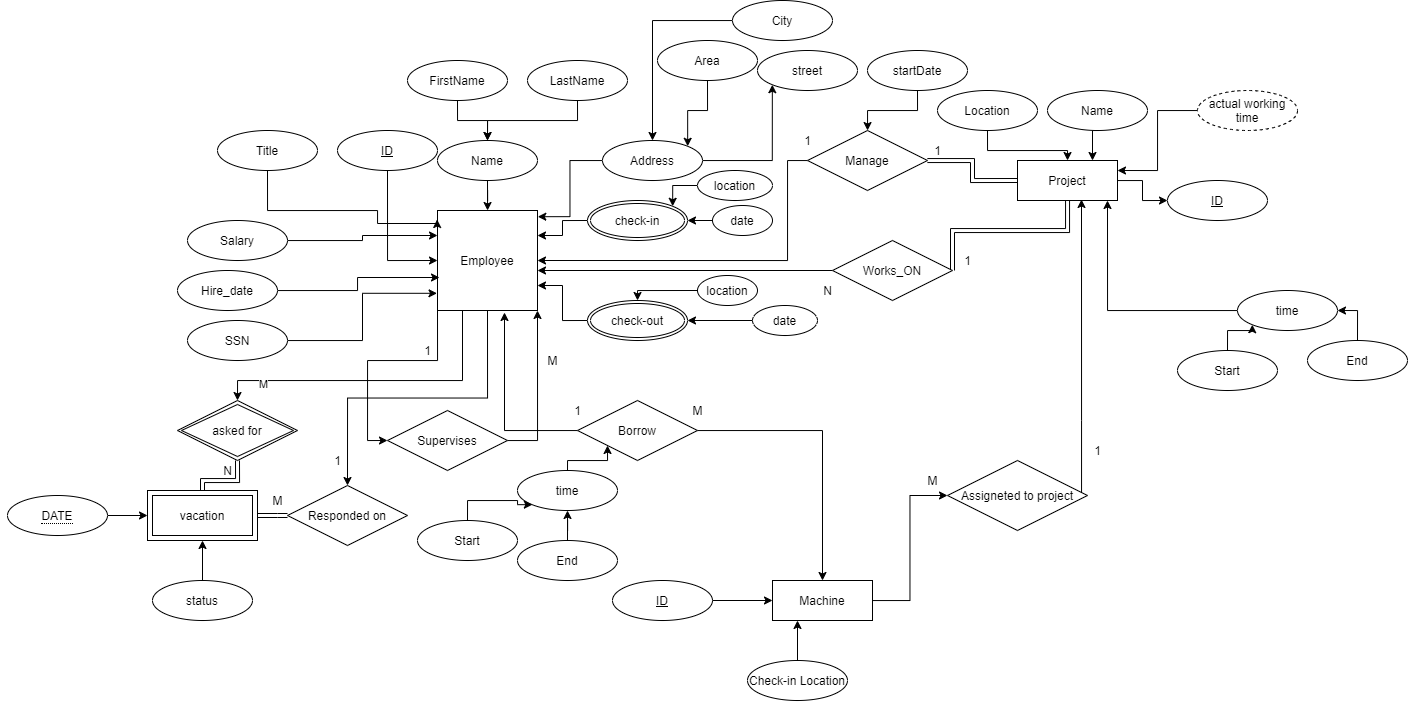
The draw.io diagram ERD.png in aymanred121/IGEC-Logging-App-Project, before a commit. Source tidied: cells renumbered, new cells last; positions are measured from the earlier drawing's top-left corner, leaving out a move shared by most shapes.
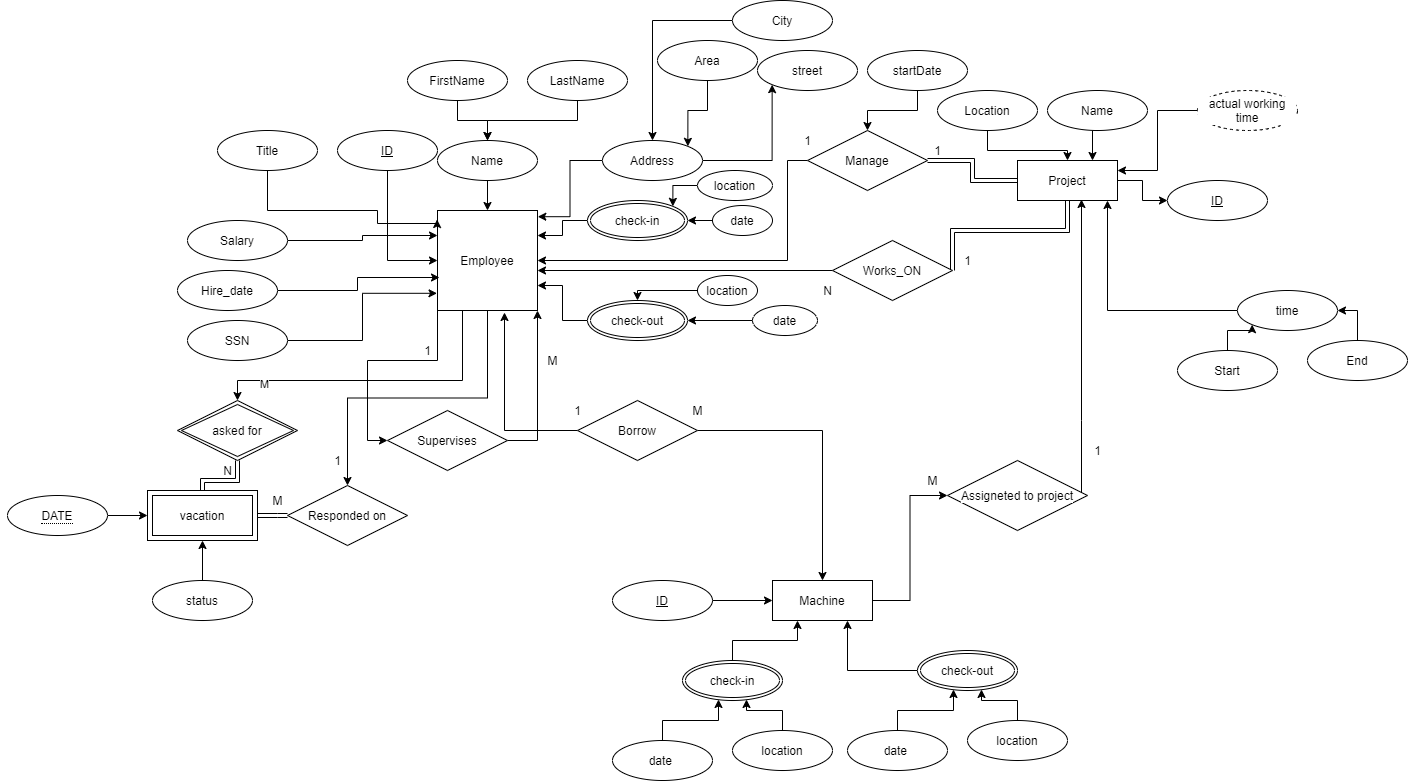
The same file after the commit.

Diff of the diagram source:
```diff
@@ -197,12 +197,9 @@
     <mxCell id="54" value="&lt;u&gt;ID&lt;/u&gt;" style="ellipse;whiteSpace=wrap;html=1;align=center;fillColor=default;strokeColor=default;fontColor=default;labelBackgroundColor=default;" parent="1" vertex="1">
       <mxGeometry x="605" y="580" width="100" height="40" as="geometry" />
     </mxCell>
-    <mxCell id="55" style="edgeStyle=orthogonalEdgeStyle;rounded=0;jettySize=auto;html=1;entryX=0.25;entryY=1;entryDx=0;entryDy=0;strokeColor=#000000;strokeWidth=1;labelBackgroundColor=default;fontColor=default;" parent="1" edge="1" source="56" target="40">
+    <mxCell id="55" style="edgeStyle=orthogonalEdgeStyle;rounded=0;jettySize=auto;html=1;entryX=0.25;entryY=1;entryDx=0;entryDy=0;strokeColor=#000000;strokeWidth=1;labelBackgroundColor=default;fontColor=default;exitX=0.5;exitY=0;exitDx=0;exitDy=0;" parent="1" edge="1" source="108" target="40">
       <mxGeometry relative="1" as="geometry" />
     </mxCell>
-    <mxCell id="56" value="Check-in Location" style="ellipse;whiteSpace=wrap;html=1;align=center;labelBackgroundColor=default;fontColor=default;" parent="1" vertex="1">
-      <mxGeometry x="740" y="660" width="100" height="40" as="geometry" />
-    </mxCell>
     <mxCell id="57" style="edgeStyle=orthogonalEdgeStyle;rounded=0;jettySize=auto;html=1;strokeColor=#000000;strokeWidth=1;labelBackgroundColor=default;fontColor=default;" parent="1" edge="1" source="59" target="40">
       <mxGeometry relative="1" as="geometry" />
     </mxCell>
@@ -222,35 +219,6 @@
     <mxCell id="61" value="1" style="text;html=1;align=center;verticalAlign=middle;strokeColor=none;labelBackgroundColor=default;fontColor=default;" parent="1" vertex="1">
       <mxGeometry x="560" y="400" width="20" height="20" as="geometry" />
     </mxCell>
-    <mxCell id="62" style="edgeStyle=orthogonalEdgeStyle;rounded=0;jettySize=auto;html=1;entryX=0;entryY=1;entryDx=0;entryDy=0;strokeColor=#000000;strokeWidth=1;labelBackgroundColor=default;fontColor=default;" parent="1" edge="1" source="63" target="59">
-      <mxGeometry relative="1" as="geometry">
-        <Array as="points">
-          <mxPoint x="560" y="460" />
-          <mxPoint x="600" y="460" />
-        </Array>
-      </mxGeometry>
-    </mxCell>
-    <mxCell id="63" value="time" style="ellipse;whiteSpace=wrap;html=1;align=center;labelBackgroundColor=default;fontColor=default;" parent="1" vertex="1">
-      <mxGeometry x="510" y="470" width="100" height="40" as="geometry" />
-    </mxCell>
-    <mxCell id="64" style="edgeStyle=orthogonalEdgeStyle;rounded=0;jettySize=auto;html=1;entryX=0;entryY=1;entryDx=0;entryDy=0;strokeColor=#000000;strokeWidth=1;labelBackgroundColor=default;fontColor=default;" parent="1" edge="1" source="65" target="63">
-      <mxGeometry relative="1" as="geometry">
-        <Array as="points">
-          <mxPoint x="460" y="500" />
-          <mxPoint x="510" y="500" />
-          <mxPoint x="510" y="504" />
-        </Array>
-      </mxGeometry>
-    </mxCell>
-    <mxCell id="65" value="Start" style="ellipse;whiteSpace=wrap;html=1;align=center;labelBackgroundColor=default;fontColor=default;" parent="1" vertex="1">
-      <mxGeometry x="410" y="520" width="100" height="40" as="geometry" />
-    </mxCell>
-    <mxCell id="66" style="edgeStyle=orthogonalEdgeStyle;rounded=0;jettySize=auto;html=1;strokeColor=#000000;strokeWidth=1;labelBackgroundColor=default;fontColor=default;" parent="1" edge="1" source="67" target="63">
-      <mxGeometry relative="1" as="geometry" />
-    </mxCell>
-    <mxCell id="67" value="End" style="ellipse;whiteSpace=wrap;html=1;align=center;labelBackgroundColor=default;fontColor=default;" parent="1" vertex="1">
-      <mxGeometry x="510" y="540" width="100" height="40" as="geometry" />
-    </mxCell>
     <mxCell id="68" style="edgeStyle=orthogonalEdgeStyle;rounded=0;jettySize=auto;html=1;entryX=0.64;entryY=0.975;entryDx=0;entryDy=0;entryPerimeter=0;strokeColor=#000000;strokeWidth=1;labelBackgroundColor=default;fontColor=default;" parent="1" edge="1" source="69" target="9">
       <mxGeometry relative="1" as="geometry">
         <Array as="points">
@@ -383,5 +351,38 @@
     <mxCell id="107" value="actual working time" style="ellipse;whiteSpace=wrap;html=1;align=center;dashed=1;fontColor=default;strokeColor=default;fillColor=default;labelBackgroundColor=default;" parent="1" vertex="1">
       <mxGeometry x="1190" y="90" width="100" height="40" as="geometry" />
     </mxCell>
+    <mxCell id="108" value="check-in" style="ellipse;shape=doubleEllipse;margin=3;whiteSpace=wrap;html=1;align=center;labelBackgroundColor=default;fontColor=default;strokeColor=default;fillColor=default;" parent="1" vertex="1">
+      <mxGeometry x="675" y="660" width="100" height="40" as="geometry" />
+    </mxCell>
+    <mxCell id="109" style="edgeStyle=orthogonalEdgeStyle;rounded=0;jettySize=auto;html=1;entryX=0.36;entryY=0.975;entryDx=0;entryDy=0;entryPerimeter=0;labelBackgroundColor=default;fontColor=default;fillColor=default;strokeColor=default;" parent="1" edge="1" source="110" target="108">
+      <mxGeometry relative="1" as="geometry" />
+    </mxCell>
+    <mxCell id="110" value="date&amp;nbsp;" style="ellipse;whiteSpace=wrap;html=1;align=center;labelBackgroundColor=default;fontColor=default;strokeColor=default;fillColor=default;" parent="1" vertex="1">
+      <mxGeometry x="605" y="740" width="100" height="40" as="geometry" />
+    </mxCell>
+    <mxCell id="111" style="edgeStyle=orthogonalEdgeStyle;rounded=0;jettySize=auto;html=1;entryX=0.64;entryY=0.975;entryDx=0;entryDy=0;entryPerimeter=0;labelBackgroundColor=default;fontColor=default;fillColor=default;strokeColor=default;" parent="1" edge="1" source="112" target="108">
+      <mxGeometry relative="1" as="geometry" />
+    </mxCell>
+    <mxCell id="112" value="location" style="ellipse;whiteSpace=wrap;html=1;align=center;labelBackgroundColor=default;fontColor=default;strokeColor=default;fillColor=default;" parent="1" vertex="1">
+      <mxGeometry x="725" y="730" width="100" height="40" as="geometry" />
+    </mxCell>
+    <mxCell id="113" style="edgeStyle=orthogonalEdgeStyle;rounded=0;jettySize=auto;html=1;entryX=0.75;entryY=1;entryDx=0;entryDy=0;labelBackgroundColor=default;fontColor=default;strokeColor=default;fillColor=default;" parent="1" edge="1" source="114" target="40">
+      <mxGeometry relative="1" as="geometry" />
+    </mxCell>
+    <mxCell id="114" value="check-out" style="ellipse;shape=doubleEllipse;margin=3;whiteSpace=wrap;html=1;align=center;labelBackgroundColor=default;fontColor=default;strokeColor=default;fillColor=default;" parent="1" vertex="1">
+      <mxGeometry x="910" y="650" width="100" height="40" as="geometry" />
+    </mxCell>
+    <mxCell id="115" style="edgeStyle=orthogonalEdgeStyle;rounded=0;jettySize=auto;html=1;entryX=0.36;entryY=0.975;entryDx=0;entryDy=0;entryPerimeter=0;labelBackgroundColor=default;fontColor=default;fillColor=default;strokeColor=default;" parent="1" edge="1" source="116" target="114">
+      <mxGeometry relative="1" as="geometry" />
+    </mxCell>
+    <mxCell id="116" value="date&amp;nbsp;" style="ellipse;whiteSpace=wrap;html=1;align=center;labelBackgroundColor=default;fontColor=default;strokeColor=default;fillColor=default;" parent="1" vertex="1">
+      <mxGeometry x="840" y="730" width="100" height="40" as="geometry" />
+    </mxCell>
+    <mxCell id="117" style="edgeStyle=orthogonalEdgeStyle;rounded=0;jettySize=auto;html=1;entryX=0.64;entryY=0.975;entryDx=0;entryDy=0;entryPerimeter=0;labelBackgroundColor=default;fontColor=default;fillColor=default;strokeColor=default;" parent="1" edge="1" source="118" target="114">
+      <mxGeometry relative="1" as="geometry" />
+    </mxCell>
+    <mxCell id="118" value="location" style="ellipse;whiteSpace=wrap;html=1;align=center;labelBackgroundColor=default;fontColor=default;strokeColor=default;fillColor=default;" parent="1" vertex="1">
+      <mxGeometry x="960" y="720" width="100" height="40" as="geometry" />
+    </mxCell>
   </root>
 </mxGraphModel>
```
